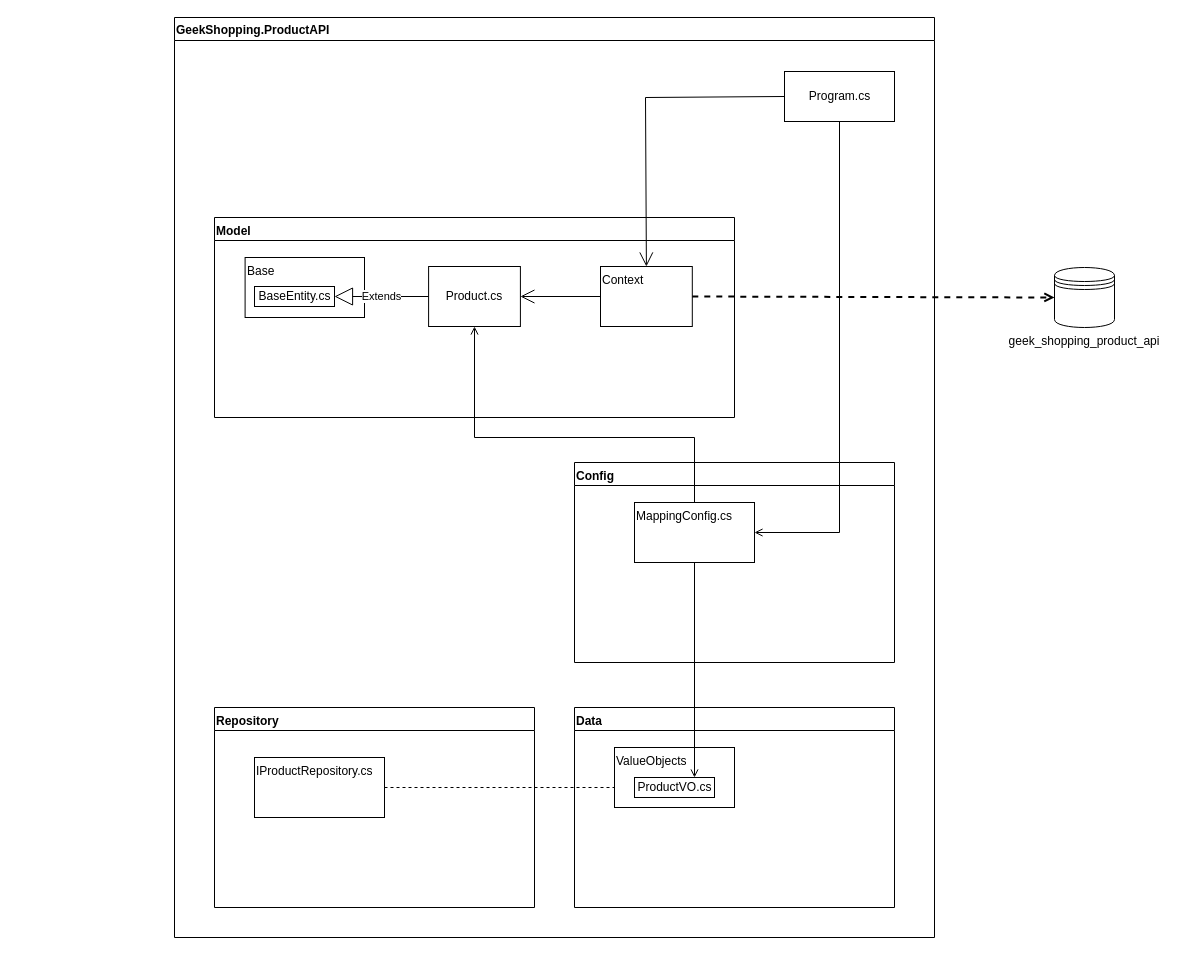
giovanesd/erudio-microservices-dotnet6 keeps this draw.io diagram as GeekShopping/Docs/GeekShopping.ProductAPI.drawio. Above is the earlier version. Source tidied: cells renumbered, new cells numbered last; positions are measured from the earlier drawing's top-left corner, leaving out a move shared by most shapes. Both pictures are drawn from the tidied source at 100%, with x=0, y=0 at pixel (174, 17).
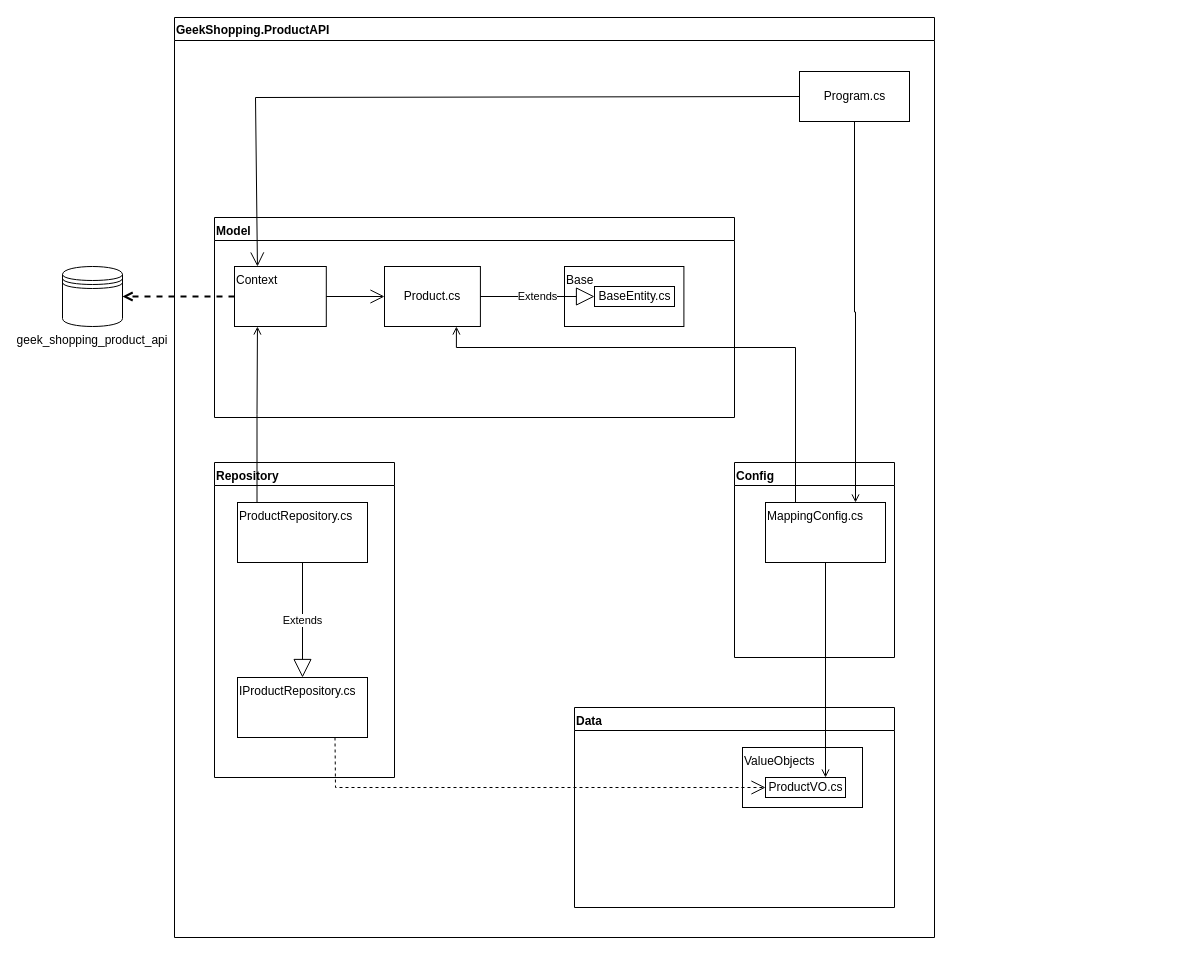
The same page after the edit.

Commit message (it also covers changes not shown here):
MS ProductAPI: Implemented findAll and findById  in the ProductRepository.

Unchanged cells that the change refers to:
```xml
<mxCell id="2" style="group;align=left;verticalAlign=top;" parent="1" vertex="1">
  <mxGeometry x="40" y="200" width="520" height="200" as="geometry" />
</mxCell>
<mxCell id="10" value="GeekShopping.ProductAPI" style="swimlane;align=left;" parent="1" vertex="1">
  <mxGeometry width="760" height="920" as="geometry" />
</mxCell>
<mxCell id="18" value="Data" style="swimlane;whiteSpace=wrap;html=1;align=left;verticalAlign=top;" parent="10" vertex="1">
  <mxGeometry x="400" y="690" width="320" height="200" as="geometry" />
</mxCell>
```

Diff of the diagram source:
```diff
@@
+    <mxCell id="5" value="Model" style="swimlane;align=left;verticalAlign=top;horizontal=1;" parent="2" vertex="1">
+      <mxGeometry width="520" height="200" as="geometry" />
+    </mxCell>
-    <mxCell id="3" value="Context" style="rounded=0;whiteSpace=wrap;html=1;align=left;verticalAlign=top;" parent="2" vertex="1">
-      <mxGeometry x="386" y="49" width="91.8" height="60" as="geometry" />
+    <mxCell id="3" value="Context" style="rounded=0;whiteSpace=wrap;html=1;align=left;verticalAlign=top;" parent="5" vertex="1">
+      <mxGeometry x="20" y="49" width="91.8" height="60" as="geometry" />
     </mxCell>
-    <mxCell id="4" value="Base" style="rounded=0;whiteSpace=wrap;html=1;align=left;verticalAlign=top;" parent="2" vertex="1">
-      <mxGeometry x="30.6" y="40" width="119.4" height="60" as="geometry" />
+    <mxCell id="4" value="Base" style="rounded=0;whiteSpace=wrap;html=1;align=left;verticalAlign=top;" parent="5" vertex="1">
+      <mxGeometry x="350" y="49" width="119.4" height="60" as="geometry" />
     </mxCell>
-    <mxCell id="5" value="Model" style="swimlane;align=left;verticalAlign=top;horizontal=1;" parent="2" vertex="1">
-      <mxGeometry width="520" height="200" as="geometry" />
-    </mxCell>
+    <mxCell id="8" value="BaseEntity.cs" style="html=1;" parent="5" vertex="1">
+      <mxGeometry x="380" y="69" width="80" height="20" as="geometry" />
+    </mxCell>
-    <mxCell id="6" value="Product.cs" style="rounded=0;whiteSpace=wrap;html=1;" parent="2" vertex="1">
-      <mxGeometry x="214.1" y="49" width="91.8" height="60" as="geometry" />
+    <mxCell id="6" value="Product.cs" style="rounded=0;whiteSpace=wrap;html=1;" parent="5" vertex="1">
+      <mxGeometry x="170" y="49" width="95.9" height="60" as="geometry" />
     </mxCell>
-    <mxCell id="7" value="Extends" style="endArrow=block;endSize=16;endFill=0;html=1;rounded=0;exitX=0;exitY=0.5;exitDx=0;exitDy=0;" parent="2" edge="1" source="6" target="8">
+    <mxCell id="7" value="Extends" style="endArrow=block;endSize=16;endFill=0;html=1;rounded=0;exitX=1;exitY=0.5;exitDx=0;exitDy=0;entryX=0;entryY=0.5;entryDx=0;entryDy=0;" parent="5" edge="1" source="6" target="8">
       <mxGeometry relative="1" as="geometry" />
     </mxCell>
-    <mxCell id="8" value="BaseEntity.cs" style="html=1;" parent="2" vertex="1">
-      <mxGeometry x="40" y="69" width="80" height="20" as="geometry" />
-    </mxCell>
-    <mxCell id="9" style="endArrow=open;endFill=1;endSize=12;html=1;rounded=0;" parent="2" edge="1" source="3" target="6">
+    <mxCell id="9" style="endArrow=open;endFill=1;endSize=12;html=1;rounded=0;" parent="5" edge="1" source="3" target="6">
       <mxGeometry relative="1" as="geometry" />
     </mxCell>
@@
     <mxCell id="11" value="Config" style="swimlane;whiteSpace=wrap;html=1;align=left;verticalAlign=top;" parent="10" vertex="1">
-      <mxGeometry x="400" y="445" width="320" height="200" as="geometry" />
+      <mxGeometry x="560" y="445" width="160" height="195" as="geometry" />
     </mxCell>
     <mxCell id="12" value="MappingConfig.cs" style="rounded=0;whiteSpace=wrap;html=1;align=left;verticalAlign=top;" parent="11" vertex="1">
-      <mxGeometry x="60" y="40" width="120" height="60" as="geometry" />
+      <mxGeometry x="31" y="40" width="120" height="60" as="geometry" />
     </mxCell>
     <mxCell id="13" value="Program.cs" style="html=1;" parent="10" vertex="1">
-      <mxGeometry x="610" y="54" width="110" height="50" as="geometry" />
+      <mxGeometry x="625" y="54" width="110" height="50" as="geometry" />
     </mxCell>
     <mxCell id="14" value="Repository" style="swimlane;whiteSpace=wrap;html=1;align=left;verticalAlign=top;" parent="10" vertex="1">
-      <mxGeometry x="40" y="690" width="320" height="200" as="geometry" />
+      <mxGeometry x="40" y="445" width="180" height="315" as="geometry" />
     </mxCell>
     <mxCell id="15" value="IProductRepository.cs" style="rounded=0;whiteSpace=wrap;html=1;align=left;verticalAlign=top;" parent="14" vertex="1">
-      <mxGeometry x="40" y="50" width="130" height="60" as="geometry" />
+      <mxGeometry x="23" y="215" width="130" height="60" as="geometry" />
     </mxCell>
-    <mxCell id="16" style="endArrow=open;endFill=1;endSize=12;html=1;rounded=0;exitX=1;exitY=0.5;exitDx=0;exitDy=0;dashed=1;" parent="10" edge="1" source="15" target="20">
-      <mxGeometry relative="1" as="geometry" />
-    </mxCell>
+    <mxCell id="26" value="ProductRepository.cs" style="rounded=0;whiteSpace=wrap;html=1;align=left;verticalAlign=top;" parent="14" vertex="1">
+      <mxGeometry x="23" y="40" width="130" height="60" as="geometry" />
+    </mxCell>
+    <mxCell id="27" value="Extends" style="endArrow=block;endSize=16;endFill=0;html=1;rounded=0;exitX=0.5;exitY=1;exitDx=0;exitDy=0;entryX=0.5;entryY=0;entryDx=0;entryDy=0;" parent="14" edge="1" source="26" target="15">
+      <mxGeometry relative="1" as="geometry" />
+    </mxCell>
-    <mxCell id="17" style="edgeStyle=orthogonalEdgeStyle;rounded=0;jettySize=auto;html=1;exitX=0.5;exitY=1;exitDx=0;exitDy=0;entryX=1;entryY=0.5;entryDx=0;entryDy=0;endArrow=open;endFill=0;" parent="10" edge="1" source="13" target="12">
+    <mxCell id="17" style="edgeStyle=orthogonalEdgeStyle;rounded=0;jettySize=auto;html=1;exitX=0.5;exitY=1;exitDx=0;exitDy=0;entryX=0.75;entryY=0;entryDx=0;entryDy=0;endArrow=open;endFill=0;" parent="10" edge="1" source="13" target="12">
       <mxGeometry relative="1" as="geometry" />
     </mxCell>
@@
+    <mxCell id="28" style="group;" parent="18" vertex="1">
+      <mxGeometry x="168" y="40" width="120" height="60" as="geometry" />
+    </mxCell>
-    <mxCell id="19" value="ValueObjects" style="rounded=0;whiteSpace=wrap;html=1;align=left;verticalAlign=top;" parent="18" vertex="1">
-      <mxGeometry x="40" y="40" width="120" height="60" as="geometry" />
+    <mxCell id="19" value="ValueObjects" style="rounded=0;whiteSpace=wrap;html=1;align=left;verticalAlign=top;" parent="28" vertex="1">
+      <mxGeometry width="120" height="60" as="geometry" />
     </mxCell>
-    <mxCell id="20" value="ProductVO.cs" style="html=1;" parent="18" vertex="1">
-      <mxGeometry x="60" y="70" width="80" height="20" as="geometry" />
+    <mxCell id="20" value="ProductVO.cs" style="html=1;" parent="28" vertex="1">
+      <mxGeometry x="23" y="30" width="80" height="20" as="geometry" />
     </mxCell>
@@
+    <mxCell id="16" style="endArrow=open;endFill=1;endSize=12;html=1;rounded=0;dashed=1;entryX=0;entryY=0.5;entryDx=0;entryDy=0;exitX=0.75;exitY=1;exitDx=0;exitDy=0;" parent="10" edge="1" source="15">
+      <mxGeometry relative="1" as="geometry">
+        <mxPoint x="591" y="770" as="targetPoint" />
+        <Array as="points">
+          <mxPoint x="161" y="770" />
+        </Array>
+      </mxGeometry>
+    </mxCell>
-    <mxCell id="22" style="endArrow=open;endFill=1;endSize=12;html=1;rounded=0;entryX=0.5;entryY=0;entryDx=0;entryDy=0;exitX=0;exitY=0.5;exitDx=0;exitDy=0;" parent="1" edge="1" source="13" target="3">
+    <mxCell id="22" style="endArrow=open;endFill=1;endSize=12;html=1;rounded=0;exitX=0;exitY=0.5;exitDx=0;exitDy=0;entryX=0.25;entryY=0;entryDx=0;entryDy=0;" parent="1" edge="1" source="13" target="3">
       <mxGeometry relative="1" as="geometry">
         <Array as="points">
-          <mxPoint x="471" y="80" />
+          <mxPoint x="81" y="80" />
         </Array>
       </mxGeometry>
     </mxCell>
-    <mxCell id="23" style="endArrow=open;endFill=1;html=1;rounded=0;entryX=0;entryY=0.5;entryDx=0;entryDy=0;exitX=1;exitY=0.5;exitDx=0;exitDy=0;dashed=1;strokeWidth=2;" parent="1" edge="1" source="3" target="24">
+    <mxCell id="23" style="endArrow=open;endFill=1;html=1;rounded=0;entryX=1;entryY=0.5;entryDx=0;entryDy=0;dashed=1;strokeWidth=2;exitX=0;exitY=0.5;exitDx=0;exitDy=0;" parent="1" edge="1" source="3" target="24">
       <mxGeometry relative="1" as="geometry" />
     </mxCell>
     <mxCell id="24" value="geek_shopping_product_api" style="shape=datastore;html=1;verticalAlign=top;horizontal=1;whiteSpace=wrap;labelPosition=center;verticalLabelPosition=bottom;align=center;" parent="1" vertex="1">
-      <mxGeometry x="880" y="250" width="60" height="60" as="geometry" />
+      <mxGeometry x="-112" y="249" width="60" height="60" as="geometry" />
     </mxCell>
-    <mxCell id="25" style="edgeStyle=orthogonalEdgeStyle;rounded=0;jettySize=auto;html=1;exitX=0.5;exitY=1;exitDx=0;exitDy=0;strokeWidth=1;endArrow=none;endFill=0;startArrow=open;startFill=0;" parent="1" edge="1" source="6" target="12">
+    <mxCell id="25" style="edgeStyle=orthogonalEdgeStyle;rounded=0;jettySize=auto;html=1;strokeWidth=1;endArrow=none;endFill=0;startArrow=open;startFill=0;entryX=0.25;entryY=0;entryDx=0;entryDy=0;exitX=0.75;exitY=1;exitDx=0;exitDy=0;" parent="1" edge="1" source="6" target="12">
       <mxGeometry relative="1" as="geometry">
         <Array as="points">
-          <mxPoint x="300" y="420" />
-          <mxPoint x="520" y="420" />
+          <mxPoint x="282" y="330" />
+          <mxPoint x="621" y="330" />
         </Array>
       </mxGeometry>
     </mxCell>
+    <mxCell id="29" style="edgeStyle=orthogonalEdgeStyle;rounded=0;jettySize=auto;html=1;strokeWidth=1;startArrow=none;startFill=0;endArrow=open;endFill=0;exitX=0.15;exitY=0;exitDx=0;exitDy=0;entryX=0.25;entryY=1;entryDx=0;entryDy=0;exitPerimeter=0;" parent="1" edge="1" source="26" target="3">
+      <mxGeometry relative="1" as="geometry" />
+    </mxCell>
```
